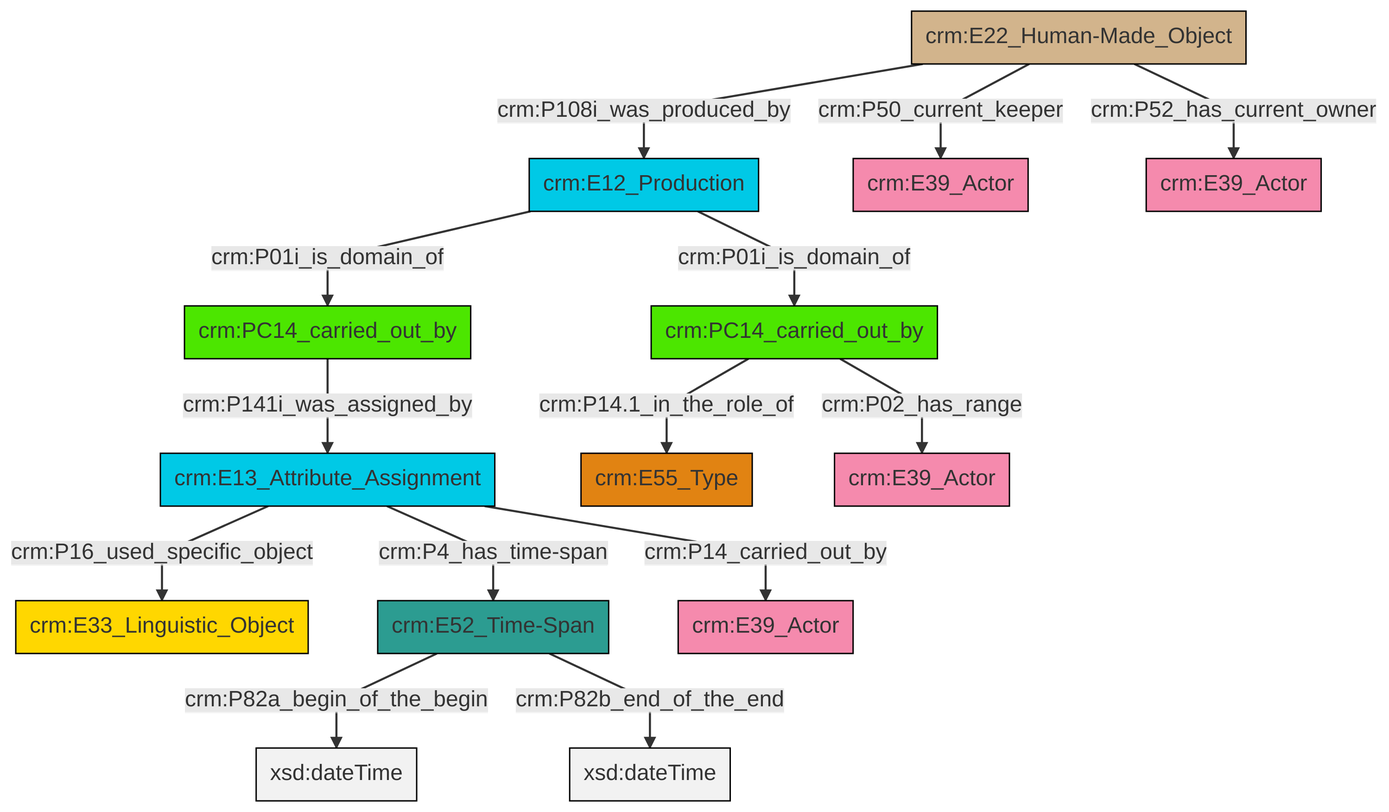
swiss-art-research-net/docs.swissartresearch keeps this Mermaid diagram as et/carrierCSV/ttl/mmd/png/carrier_relations.png. Above is the earlier version. Its source is kept beside it as et/carrierCSV/ttl/mmd/carrier_relations.ttl.mmd.
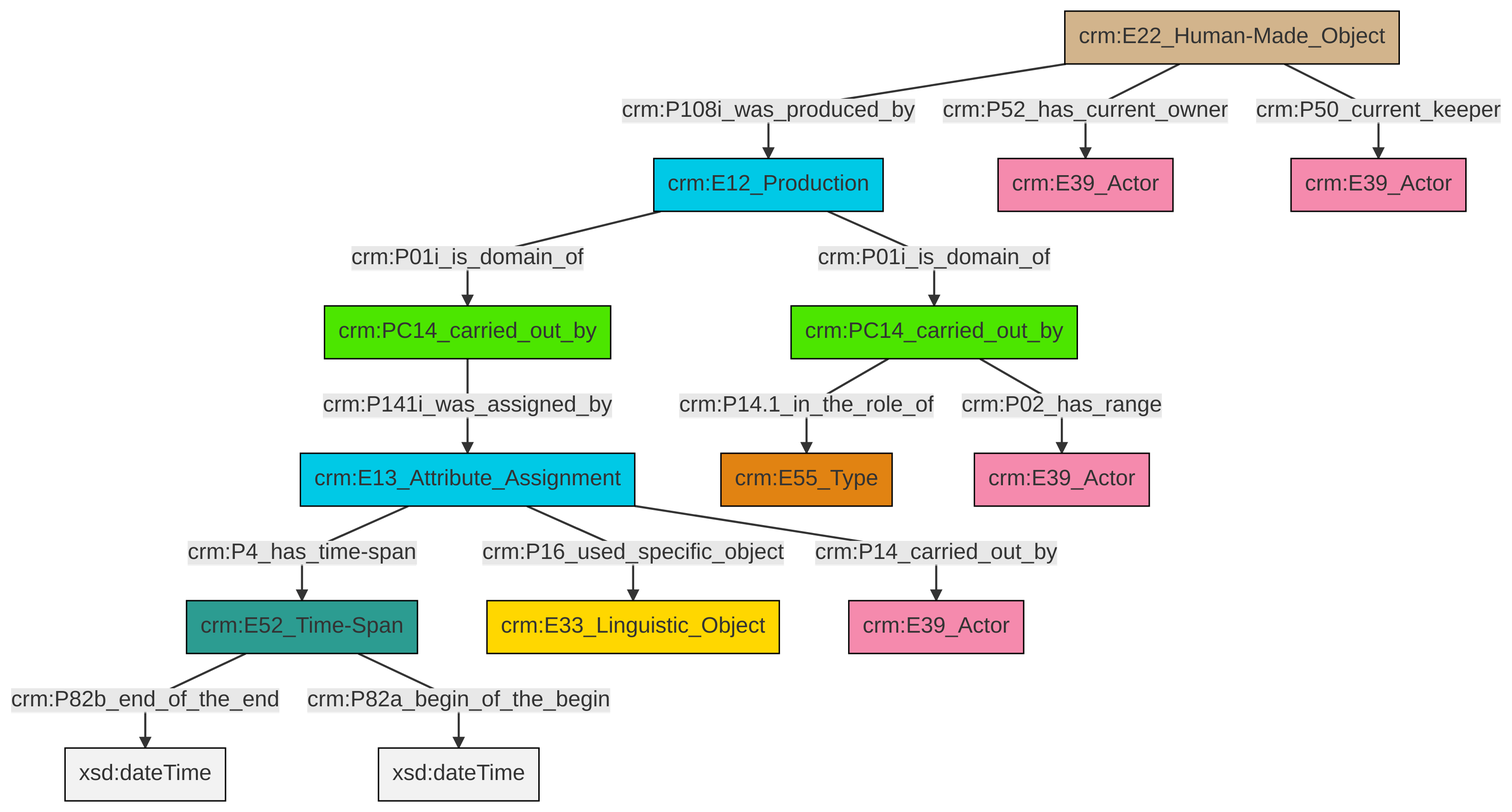
The same diagram one commit later.

The edit, as a diff of the source:
```diff
@@ -13,16 +13,16 @@
 classDef PC_Classes fill:#4ce600, stroke:#000000;
 classDef Multi fill:#cccccc,stroke:#000000;
 
-4["crm:E13_Attribute_Assignment"]:::Temporal_Entity -->|crm:P16_used_specific_object| 5["crm:E33_Linguistic_Object"]:::Conceptual_Object
-0["crm:PC14_carried_out_by"]:::PC_Classes -->|crm:P141i_was_assigned_by| 4["crm:E13_Attribute_Assignment"]:::Temporal_Entity
-2["crm:E12_Production"]:::Temporal_Entity -->|crm:P01i_is_domain_of| 0["crm:PC14_carried_out_by"]:::PC_Classes
-10["crm:E22_Human-Made_Object"]:::Physical_Thing -->|crm:P50_current_keeper| 11["crm:E39_Actor"]:::Actor
-8["crm:E52_Time-Span"]:::Time-Span -->|crm:P82a_begin_of_the_begin| 13[xsd:dateTime]:::Literal
-10["crm:E22_Human-Made_Object"]:::Physical_Thing -->|crm:P52_has_current_owner| 20["crm:E39_Actor"]:::Actor
-2["crm:E12_Production"]:::Temporal_Entity -->|crm:P01i_is_domain_of| 18["crm:PC14_carried_out_by"]:::PC_Classes
-10["crm:E22_Human-Made_Object"]:::Physical_Thing -->|crm:P108i_was_produced_by| 2["crm:E12_Production"]:::Temporal_Entity
-4["crm:E13_Attribute_Assignment"]:::Temporal_Entity -->|crm:P14_carried_out_by| 22["crm:E39_Actor"]:::Actor
-4["crm:E13_Attribute_Assignment"]:::Temporal_Entity -->|crm:P4_has_time-span| 8["crm:E52_Time-Span"]:::Time-Span
-18["crm:PC14_carried_out_by"]:::PC_Classes -->|crm:P14.1_in_the_role_of| 6["crm:E55_Type"]:::Type
-8["crm:E52_Time-Span"]:::Time-Span -->|crm:P82b_end_of_the_end| 25[xsd:dateTime]:::Literal
-18["crm:PC14_carried_out_by"]:::PC_Classes -->|crm:P02_has_range| 15["crm:E39_Actor"]:::Actor
+0["crm:E52_Time-Span"]:::Time-Span -->|crm:P82b_end_of_the_end| 1[xsd:dateTime]:::Literal
+0["crm:E52_Time-Span"]:::Time-Span -->|crm:P82a_begin_of_the_begin| 4[xsd:dateTime]:::Literal
+7["crm:E22_Human-Made_Object"]:::Physical_Thing -->|crm:P108i_was_produced_by| 8["crm:E12_Production"]:::Temporal_Entity
+7["crm:E22_Human-Made_Object"]:::Physical_Thing -->|crm:P52_has_current_owner| 11["crm:E39_Actor"]:::Actor
+9["crm:E13_Attribute_Assignment"]:::Temporal_Entity -->|crm:P4_has_time-span| 0["crm:E52_Time-Span"]:::Time-Span
+8["crm:E12_Production"]:::Temporal_Entity -->|crm:P01i_is_domain_of| 5["crm:PC14_carried_out_by"]:::PC_Classes
+15["crm:PC14_carried_out_by"]:::PC_Classes -->|crm:P14.1_in_the_role_of| 18["crm:E55_Type"]:::Type
+15["crm:PC14_carried_out_by"]:::PC_Classes -->|crm:P02_has_range| 2["crm:E39_Actor"]:::Actor
+9["crm:E13_Attribute_Assignment"]:::Temporal_Entity -->|crm:P16_used_specific_object| 22["crm:E33_Linguistic_Object"]:::Conceptual_Object
+7["crm:E22_Human-Made_Object"]:::Physical_Thing -->|crm:P50_current_keeper| 13["crm:E39_Actor"]:::Actor
+9["crm:E13_Attribute_Assignment"]:::Temporal_Entity -->|crm:P14_carried_out_by| 19["crm:E39_Actor"]:::Actor
+5["crm:PC14_carried_out_by"]:::PC_Classes -->|crm:P141i_was_assigned_by| 9["crm:E13_Attribute_Assignment"]:::Temporal_Entity
+8["crm:E12_Production"]:::Temporal_Entity -->|crm:P01i_is_domain_of| 15["crm:PC14_carried_out_by"]:::PC_Classes
```
